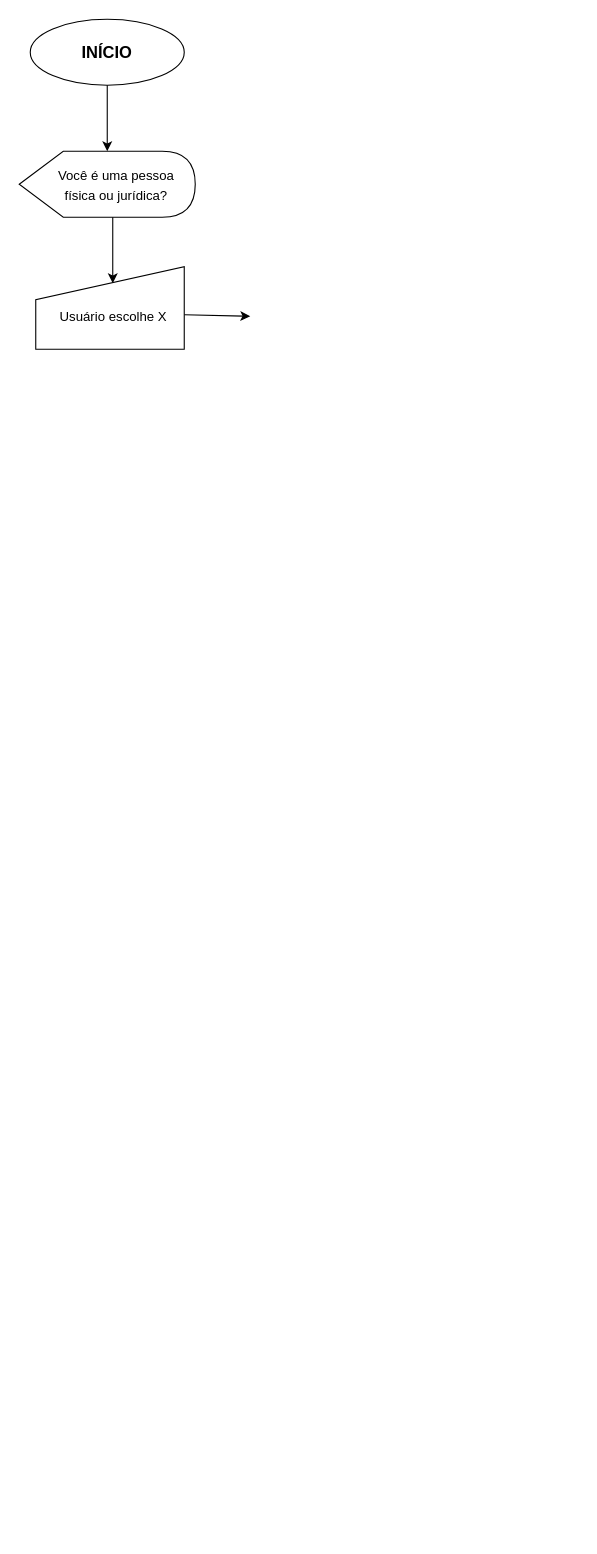
Earlier version of the draw.io diagram ClientLab.drawio (VictorVilhena0/ClientLabDiagrama). Source tidied: cells renumbered, new cells numbered last; positions are measured from the earlier drawing's top-left corner, leaving out a move shared by most shapes. Both pictures are drawn from the tidied source at 110%, with x=0, y=0 at pixel (19, 19).
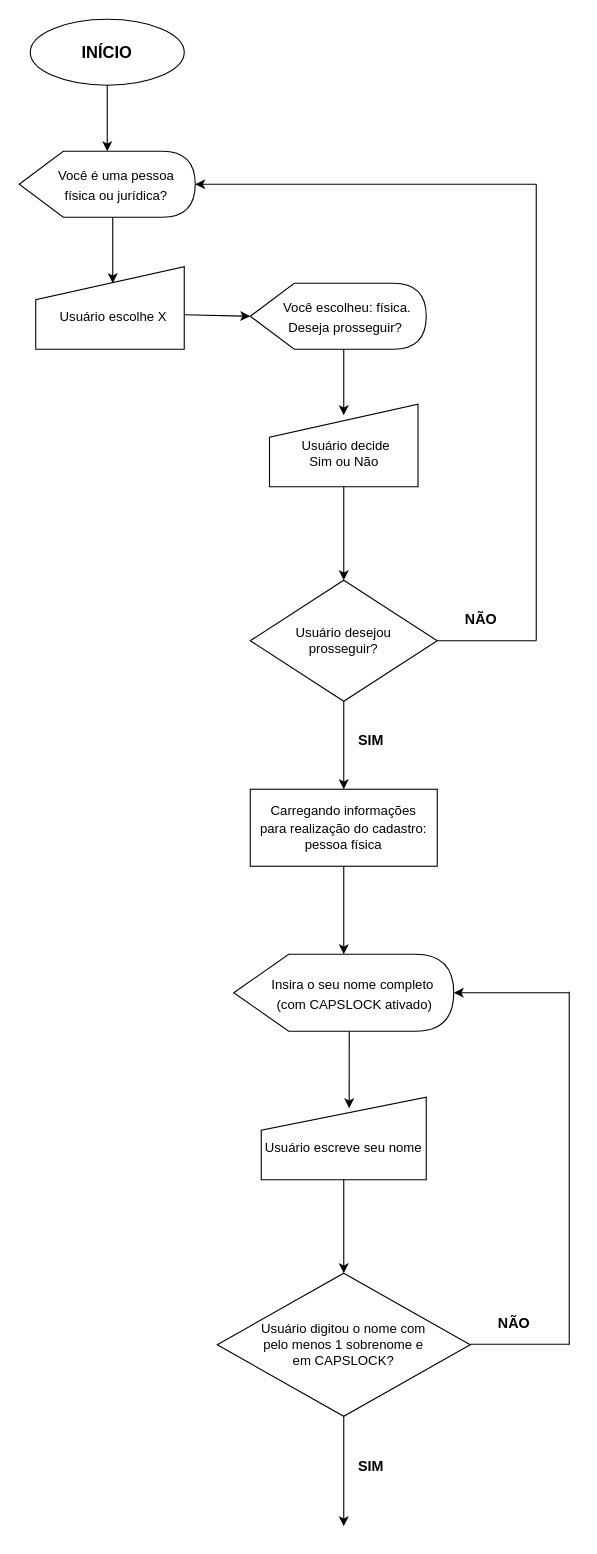
The same page after the edit.

The change refers to these unchanged cells:
```xml
<mxCell id="4" value="&lt;font style=&quot;font-size: 12px&quot;&gt;&amp;nbsp; &amp;nbsp; &amp;nbsp;Você é uma pessoa&lt;br&gt;&amp;nbsp; &amp;nbsp; &amp;nbsp;física ou jurídica?&lt;/font&gt;" style="shape=display;whiteSpace=wrap;html=1;fontSize=15;fontColor=default;strokeColor=default;fillColor=default;" parent="1" vertex="1">
  <mxGeometry y="120" width="160" height="60" as="geometry" />
</mxCell>
```

Change to the diagram source:
```diff
@@
+    <mxCell id="8" value="&lt;font style=&quot;font-size: 12px&quot;&gt;&amp;nbsp; &amp;nbsp; &amp;nbsp;Você escolheu: física.&lt;br&gt;&amp;nbsp; &amp;nbsp; Deseja prosseguir?&lt;/font&gt;" style="shape=display;whiteSpace=wrap;html=1;fontSize=15;fontColor=default;strokeColor=default;fillColor=default;" parent="1" vertex="1">
+      <mxGeometry x="210" y="240" width="160" height="60" as="geometry" />
+    </mxCell>
+    <mxCell id="9" style="endArrow=classic;html=1;rounded=0;labelBackgroundColor=default;fontSize=12;fontColor=default;strokeColor=default;exitX=0;exitY=0;exitDx=85;exitDy=60;exitPerimeter=0;" parent="1" edge="1" source="8">
+      <mxGeometry relative="1" as="geometry">
+        <mxPoint x="295" y="360" as="targetPoint" />
+      </mxGeometry>
+    </mxCell>
+    <mxCell id="10" value="Usuário desejou&lt;br&gt;prosseguir?" style="rhombus;whiteSpace=wrap;html=1;fontSize=12;fontColor=default;strokeColor=default;fillColor=default;" parent="1" vertex="1">
+      <mxGeometry x="210" y="510" width="170" height="110" as="geometry" />
+    </mxCell>
+    <mxCell id="11" style="endArrow=none;html=1;rounded=0;labelBackgroundColor=default;fontSize=12;fontColor=default;strokeColor=default;" parent="1" edge="1">
+      <mxGeometry relative="1" as="geometry">
+        <mxPoint x="470" y="565" as="sourcePoint" />
+        <mxPoint x="470" y="150" as="targetPoint" />
+      </mxGeometry>
+    </mxCell>
+    <mxCell id="12" style="endArrow=classic;html=1;rounded=0;labelBackgroundColor=default;fontSize=12;fontColor=default;strokeColor=default;entryX=1;entryY=0.5;entryDx=0;entryDy=0;entryPerimeter=0;" parent="1" edge="1" target="4">
+      <mxGeometry relative="1" as="geometry">
+        <mxPoint x="470" y="150" as="sourcePoint" />
+      </mxGeometry>
+    </mxCell>
+    <mxCell id="13" value="&lt;b&gt;&lt;font style=&quot;font-size: 13px&quot;&gt;NÃO&lt;/font&gt;&lt;/b&gt;" style="text;html=1;strokeColor=none;fillColor=none;align=center;verticalAlign=middle;whiteSpace=wrap;rounded=0;fontSize=12;fontColor=default;" parent="1" vertex="1">
+      <mxGeometry x="390" y="520" width="60" height="50" as="geometry" />
+    </mxCell>
+    <mxCell id="14" value="&lt;b&gt;&lt;font style=&quot;font-size: 13px&quot;&gt;SIM&lt;/font&gt;&lt;/b&gt;" style="text;html=1;strokeColor=none;fillColor=none;align=center;verticalAlign=middle;whiteSpace=wrap;rounded=0;fontSize=12;fontColor=default;" parent="1" vertex="1">
+      <mxGeometry x="290" y="630" width="60" height="50" as="geometry" />
+    </mxCell>
+    <mxCell id="15" value="&lt;font style=&quot;font-size: 12px&quot;&gt;Carregando informações&lt;br&gt;para realização do cadastro:&lt;br&gt;pessoa física&lt;/font&gt;" style="rounded=0;whiteSpace=wrap;html=1;fontSize=13;fontColor=default;strokeColor=default;fillColor=default;" parent="1" vertex="1">
+      <mxGeometry x="210" y="700" width="170" height="70" as="geometry" />
+    </mxCell>
+    <mxCell id="16" value="&lt;span style=&quot;font-size: 12px&quot;&gt;&amp;nbsp; &amp;nbsp; &amp;nbsp;Insira o seu nome completo &lt;br&gt;&amp;nbsp; &amp;nbsp; &amp;nbsp; (com CAPSLOCK ativado)&lt;br&gt;&lt;/span&gt;" style="shape=display;whiteSpace=wrap;html=1;fontSize=15;fontColor=default;strokeColor=default;fillColor=default;" parent="1" vertex="1">
+      <mxGeometry x="195" y="850" width="200" height="70" as="geometry" />
+    </mxCell>
+    <mxCell id="17" value="&lt;br&gt;Usuário escreve seu nome" style="shape=manualInput;whiteSpace=wrap;html=1;fontSize=12;fontColor=default;strokeColor=default;fillColor=default;" parent="1" vertex="1">
+      <mxGeometry x="220" y="980" width="150" height="75" as="geometry" />
+    </mxCell>
+    <mxCell id="18" value="Usuário digitou o nome com&lt;br&gt;pelo menos 1 sobrenome e&lt;br&gt;em CAPSLOCK?" style="rhombus;whiteSpace=wrap;html=1;fontSize=12;fontColor=default;strokeColor=default;fillColor=default;" parent="1" vertex="1">
+      <mxGeometry x="180" y="1140" width="230" height="130" as="geometry" />
+    </mxCell>
+    <mxCell id="19" value="&lt;br&gt;&amp;nbsp; Usuário decide&amp;nbsp;&lt;br&gt;Sim ou Não" style="shape=manualInput;whiteSpace=wrap;html=1;fontSize=12;fontColor=default;strokeColor=default;fillColor=default;" parent="1" vertex="1">
+      <mxGeometry x="227.5" y="350" width="135" height="75" as="geometry" />
+    </mxCell>
+    <mxCell id="20" style="endArrow=classic;html=1;rounded=0;labelBackgroundColor=default;fontSize=12;fontColor=default;strokeColor=default;exitX=0.5;exitY=1;exitDx=0;exitDy=0;" parent="1" edge="1" source="19">
+      <mxGeometry relative="1" as="geometry">
+        <mxPoint x="295" y="510" as="targetPoint" />
+      </mxGeometry>
+    </mxCell>
+    <mxCell id="21" style="endArrow=none;html=1;rounded=0;labelBackgroundColor=default;fontSize=12;fontColor=default;strokeColor=default;entryX=1;entryY=0.5;entryDx=0;entryDy=0;" parent="1" edge="1" target="10">
+      <mxGeometry relative="1" as="geometry">
+        <mxPoint x="470" y="565" as="sourcePoint" />
+      </mxGeometry>
+    </mxCell>
+    <mxCell id="22" style="endArrow=classic;html=1;rounded=0;labelBackgroundColor=default;fontSize=12;fontColor=default;strokeColor=default;exitX=0.5;exitY=1;exitDx=0;exitDy=0;" parent="1" edge="1" source="10">
+      <mxGeometry relative="1" as="geometry">
+        <mxPoint x="295" y="700" as="targetPoint" />
+      </mxGeometry>
+    </mxCell>
+    <mxCell id="23" style="endArrow=classic;html=1;rounded=0;labelBackgroundColor=default;fontSize=12;fontColor=default;strokeColor=default;exitX=0.5;exitY=1;exitDx=0;exitDy=0;" parent="1" edge="1" source="15">
+      <mxGeometry relative="1" as="geometry">
+        <mxPoint x="295" y="850" as="targetPoint" />
+      </mxGeometry>
+    </mxCell>
+    <mxCell id="24" style="endArrow=classic;html=1;rounded=0;labelBackgroundColor=default;fontSize=12;fontColor=default;strokeColor=default;entryX=0.533;entryY=0.133;entryDx=0;entryDy=0;entryPerimeter=0;" parent="1" edge="1" target="17">
+      <mxGeometry relative="1" as="geometry">
+        <mxPoint x="300" y="920" as="sourcePoint" />
+      </mxGeometry>
+    </mxCell>
+    <mxCell id="25" style="endArrow=classic;html=1;rounded=0;labelBackgroundColor=default;fontSize=12;fontColor=default;strokeColor=default;exitX=0.5;exitY=1;exitDx=0;exitDy=0;entryX=0.5;entryY=0;entryDx=0;entryDy=0;" parent="1" edge="1" source="17" target="18">
+      <mxGeometry relative="1" as="geometry" />
+    </mxCell>
+    <mxCell id="26" style="endArrow=none;html=1;rounded=0;labelBackgroundColor=default;fontSize=12;fontColor=default;strokeColor=default;entryX=1;entryY=0.5;entryDx=0;entryDy=0;" parent="1" edge="1">
+      <mxGeometry relative="1" as="geometry">
+        <mxPoint x="500" y="1204.6" as="sourcePoint" />
+        <mxPoint x="410" y="1204.6" as="targetPoint" />
+      </mxGeometry>
+    </mxCell>
+    <mxCell id="27" style="endArrow=none;html=1;rounded=0;labelBackgroundColor=default;fontSize=12;fontColor=default;strokeColor=default;" parent="1" edge="1">
+      <mxGeometry relative="1" as="geometry">
+        <mxPoint x="500" y="1205" as="sourcePoint" />
+        <mxPoint x="500" y="884" as="targetPoint" />
+      </mxGeometry>
+    </mxCell>
+    <mxCell id="28" style="endArrow=classic;html=1;rounded=0;labelBackgroundColor=default;fontSize=12;fontColor=default;strokeColor=default;entryX=1;entryY=0.5;entryDx=0;entryDy=0;entryPerimeter=0;" parent="1" edge="1" target="16">
+      <mxGeometry relative="1" as="geometry">
+        <mxPoint x="500" y="885" as="sourcePoint" />
+      </mxGeometry>
+    </mxCell>
+    <mxCell id="29" value="&lt;b&gt;&lt;font style=&quot;font-size: 13px&quot;&gt;NÃO&lt;/font&gt;&lt;/b&gt;" style="text;html=1;strokeColor=none;fillColor=none;align=center;verticalAlign=middle;whiteSpace=wrap;rounded=0;fontSize=12;fontColor=default;" parent="1" vertex="1">
+      <mxGeometry x="420" y="1160" width="60" height="50" as="geometry" />
+    </mxCell>
+    <mxCell id="30" style="endArrow=classic;html=1;rounded=0;labelBackgroundColor=default;fontSize=12;fontColor=default;strokeColor=default;exitX=0.5;exitY=1;exitDx=0;exitDy=0;" parent="1" edge="1" source="18">
+      <mxGeometry relative="1" as="geometry">
+        <mxPoint x="295" y="1370" as="targetPoint" />
+      </mxGeometry>
+    </mxCell>
+    <mxCell id="31" value="&lt;b&gt;&lt;font style=&quot;font-size: 13px&quot;&gt;SIM&lt;/font&gt;&lt;/b&gt;" style="text;html=1;strokeColor=none;fillColor=none;align=center;verticalAlign=middle;whiteSpace=wrap;rounded=0;fontSize=12;fontColor=default;" parent="1" vertex="1">
+      <mxGeometry x="290" y="1290" width="60" height="50" as="geometry" />
+    </mxCell>
```
